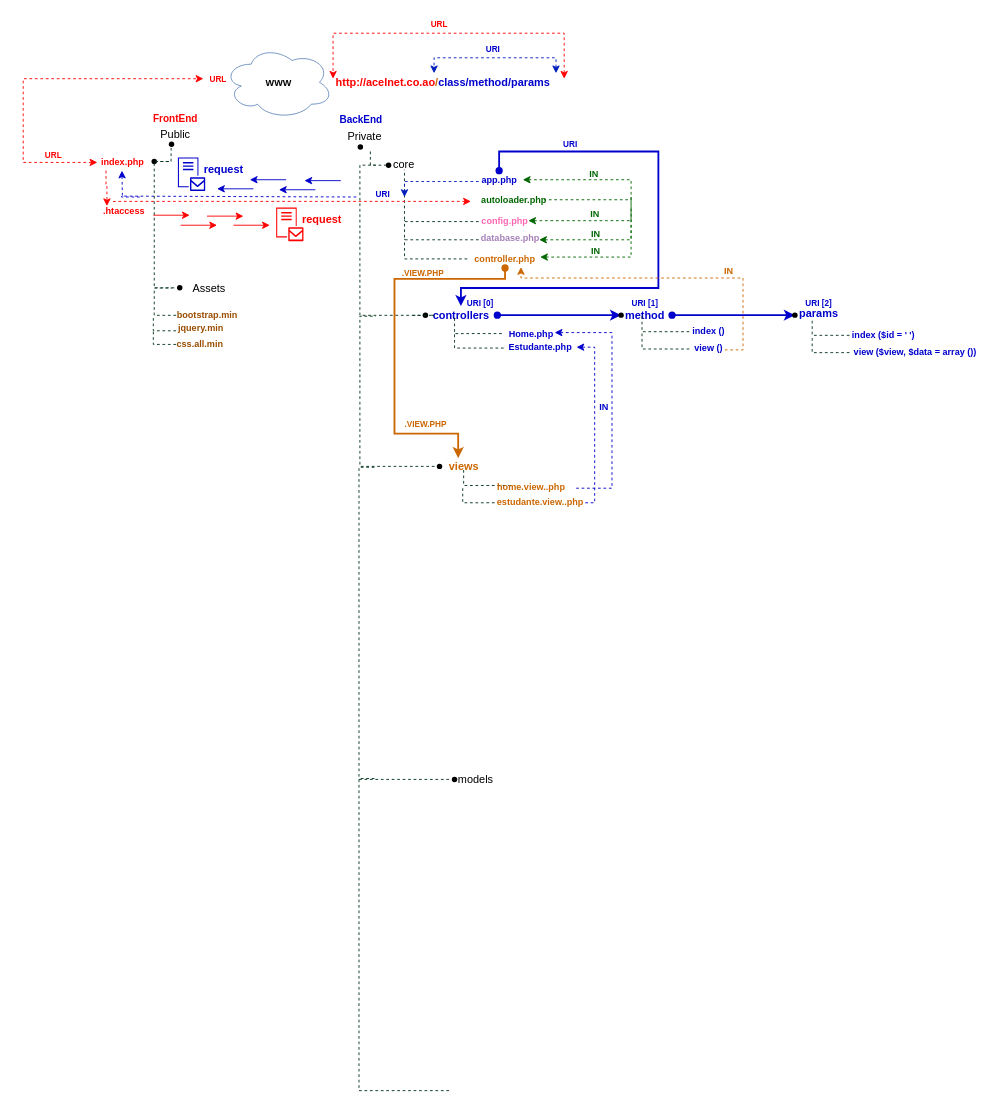
The draw.io diagram material/Diagrama_acelnet_school.drawio in acaluege/acelnet_school, before the edit. Source tidied: cells renumbered, new cells numbered last; positions are measured from the earlier drawing's top-left corner, leaving out a move shared by most shapes. Both pictures are drawn from the tidied source at 91%, with x=0, y=0 at pixel (23, 15).
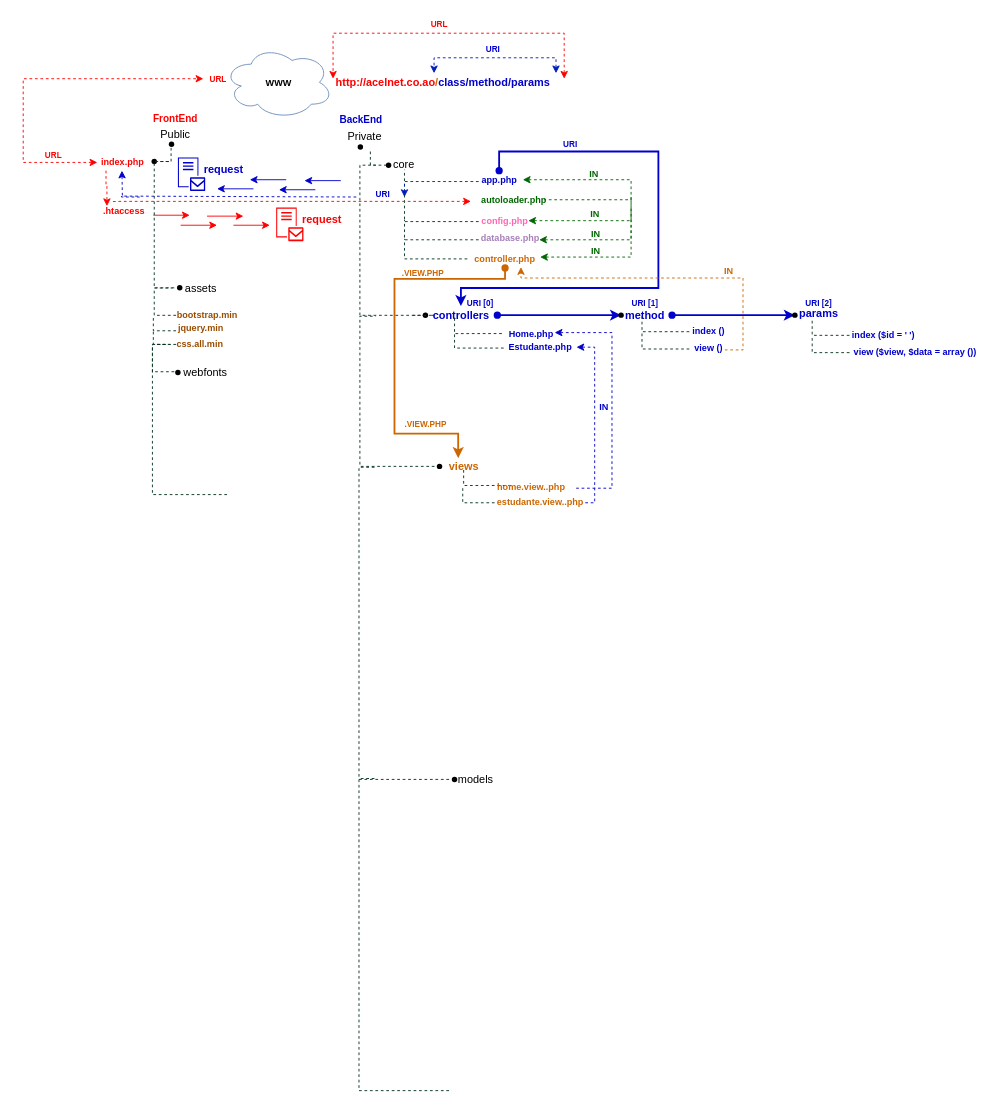
The same diagram, later.

Change to the diagram source:
```diff
@@
-    <mxCell id="106" value="Assets" style="text;html=1;align=center;verticalAlign=middle;strokeColor=none;fillColor=none;fontSize=12;" parent="1" vertex="1">
-      <mxGeometry x="179" y="289.5" width="50" height="20" as="geometry" />
+    <mxCell id="106" value="assets" style="text;html=1;align=center;verticalAlign=middle;strokeColor=none;fillColor=none;fontSize=12;" parent="1" vertex="1">
+      <mxGeometry x="170" y="289.5" width="50" height="20" as="geometry" />
     </mxCell>
@@
+    <mxCell id="113" style="edgeStyle=orthogonalEdgeStyle;rounded=0;orthogonalLoop=1;jettySize=auto;html=1;dashed=1;startArrow=none;startFill=0;endArrow=none;endFill=0;strokeColor=#00331A;strokeWidth=1;entryX=0.029;entryY=0.858;entryDx=0;entryDy=0;entryPerimeter=0;" parent="1" edge="1">
+      <mxGeometry relative="1" as="geometry">
+        <mxPoint x="224" y="526" as="sourcePoint" />
+        <mxPoint x="159.5" y="361" as="targetPoint" />
+        <Array as="points">
+          <mxPoint x="224" y="526" />
+          <mxPoint x="142" y="526" />
+          <mxPoint x="142" y="361" />
+        </Array>
+      </mxGeometry>
+    </mxCell>
+    <mxCell id="114" style="edgeStyle=orthogonalEdgeStyle;rounded=0;orthogonalLoop=1;jettySize=auto;html=1;dashed=1;startArrow=none;startFill=0;endArrow=none;endFill=0;strokeColor=#00331A;strokeWidth=1;" parent="1" edge="1">
+      <mxGeometry relative="1" as="geometry">
+        <mxPoint x="166" y="391" as="sourcePoint" />
+        <mxPoint x="162" y="361" as="targetPoint" />
+        <Array as="points">
+          <mxPoint x="162" y="391" />
+          <mxPoint x="142" y="391" />
+          <mxPoint x="142" y="361" />
+        </Array>
+      </mxGeometry>
+    </mxCell>
+    <mxCell id="115" style="shape=waypoint;sketch=0;fillStyle=solid;size=6;fillColor=none;perimeter=centerPerimeter;fontSize=10;fontStyle=1;" parent="1" vertex="1">
+      <mxGeometry x="150" y="371.8" width="40" height="40" as="geometry" />
+    </mxCell>
+    <mxCell id="116" value="webfonts" style="text;html=1;align=center;verticalAlign=middle;strokeColor=none;fillColor=none;fontSize=12;" parent="1" vertex="1">
+      <mxGeometry x="170" y="381.5" width="60" height="20" as="geometry" />
+    </mxCell>
```
